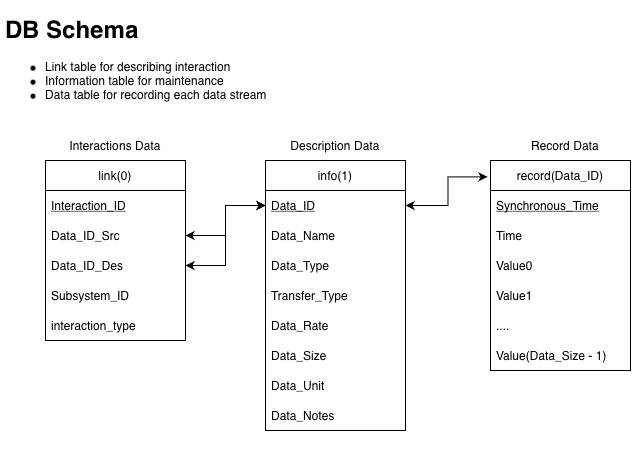
Before: img/DDS_SCHEMA.drawio.png, a diagram exported from draw.io (ChuanyuXue/NASA-RETHi-DRDS). Source tidied: cells renumbered, new cells last; positions are measured from the earlier drawing's top-left corner, leaving out a move shared by most shapes.
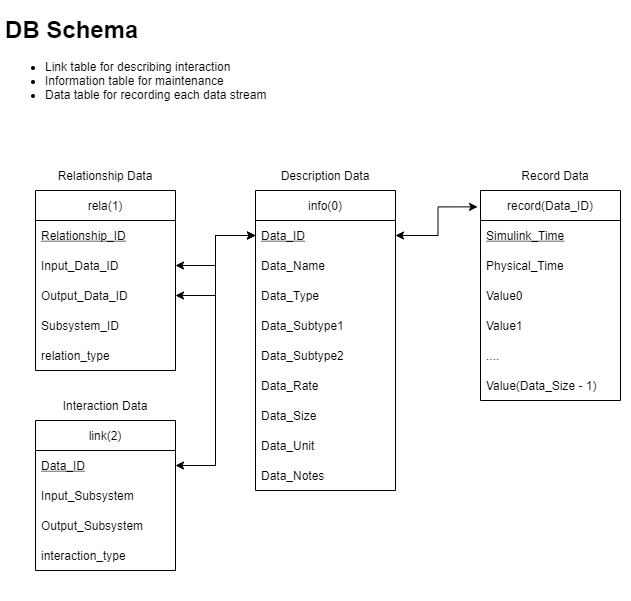
After the change.

Commit message:
change sql schema

Change to the diagram source:
```diff
@@ -3,31 +3,31 @@
     <mxCell id="0" />
     <mxCell id="1" parent="0" />
     <mxCell id="2" value="&lt;h1&gt;DB Schema&lt;/h1&gt;&lt;p&gt;&lt;/p&gt;&lt;ul&gt;&lt;li&gt;Link table for describing interaction&lt;/li&gt;&lt;li&gt;Information table for maintenance&amp;nbsp;&lt;/li&gt;&lt;li&gt;Data table for recording each data stream&lt;/li&gt;&lt;/ul&gt;&lt;p&gt;&lt;/p&gt;" style="text;html=1;strokeColor=none;fillColor=none;spacing=5;spacingTop=-20;whiteSpace=wrap;overflow=hidden;rounded=0;" parent="1" vertex="1">
-      <mxGeometry width="520" height="120" as="geometry" />
+      <mxGeometry x="10" y="-30" width="520" height="120" as="geometry" />
     </mxCell>
     <mxCell id="3" style="group;" parent="1" vertex="1">
-      <mxGeometry x="40" y="120" width="600" height="330" as="geometry" />
+      <mxGeometry x="40" y="120" width="600" height="440" as="geometry" />
     </mxCell>
-    <mxCell id="4" value="link(0)" style="swimlane;fontStyle=0;horizontal=1;startSize=30;" parent="3" vertex="1">
+    <mxCell id="4" value="rela(1)" style="swimlane;fontStyle=0;horizontal=1;startSize=30;" parent="3" vertex="1">
       <mxGeometry x="5" y="30" width="140" height="180" as="geometry" />
     </mxCell>
-    <mxCell id="5" value="Interaction_ID" style="text;strokeColor=none;fillColor=none;align=left;verticalAlign=middle;spacingLeft=4;spacingRight=4;overflow=hidden;fontStyle=4;" parent="4" vertex="1">
+    <mxCell id="5" value="Relationship_ID" style="text;strokeColor=none;fillColor=none;align=left;verticalAlign=middle;spacingLeft=4;spacingRight=4;overflow=hidden;fontStyle=4;" parent="4" vertex="1">
       <mxGeometry y="30" width="140" height="30" as="geometry" />
     </mxCell>
-    <mxCell id="6" value="Data_ID_Src" style="text;strokeColor=none;fillColor=none;align=left;verticalAlign=middle;spacingLeft=4;spacingRight=4;overflow=hidden;points=[[0,0.5],[1,0.5]];portConstraint=eastwest;" parent="4" vertex="1">
+    <mxCell id="6" value="Input_Data_ID" style="text;strokeColor=none;fillColor=none;align=left;verticalAlign=middle;spacingLeft=4;spacingRight=4;overflow=hidden;points=[[0,0.5],[1,0.5]];portConstraint=eastwest;" parent="4" vertex="1">
       <mxGeometry y="60" width="140" height="30" as="geometry" />
     </mxCell>
-    <mxCell id="7" value="Data_ID_Des" style="text;strokeColor=none;fillColor=none;align=left;verticalAlign=middle;spacingLeft=4;spacingRight=4;overflow=hidden;points=[[0,0.5],[1,0.5]];portConstraint=eastwest;" parent="4" vertex="1">
+    <mxCell id="7" value="Output_Data_ID" style="text;strokeColor=none;fillColor=none;align=left;verticalAlign=middle;spacingLeft=4;spacingRight=4;overflow=hidden;points=[[0,0.5],[1,0.5]];portConstraint=eastwest;" parent="4" vertex="1">
       <mxGeometry y="90" width="140" height="30" as="geometry" />
     </mxCell>
     <mxCell id="8" value="Subsystem_ID" style="text;strokeColor=none;fillColor=none;align=left;verticalAlign=middle;spacingLeft=4;spacingRight=4;overflow=hidden;" parent="4" vertex="1">
       <mxGeometry y="120" width="140" height="30" as="geometry" />
     </mxCell>
-    <mxCell id="9" value="interaction_type" style="text;strokeColor=none;fillColor=none;align=left;verticalAlign=middle;spacingLeft=4;spacingRight=4;overflow=hidden;" parent="4" vertex="1">
+    <mxCell id="9" value="relation_type" style="text;strokeColor=none;fillColor=none;align=left;verticalAlign=middle;spacingLeft=4;spacingRight=4;overflow=hidden;" parent="4" vertex="1">
       <mxGeometry y="150" width="140" height="30" as="geometry" />
     </mxCell>
-    <mxCell id="10" value="info(1)" style="swimlane;fontStyle=0;horizontal=1;startSize=30;" parent="3" vertex="1">
-      <mxGeometry x="225" y="30" width="140" height="270" as="geometry" />
+    <mxCell id="10" value="info(0)" style="swimlane;fontStyle=0;horizontal=1;startSize=30;" parent="3" vertex="1">
+      <mxGeometry x="225" y="30" width="140" height="300" as="geometry" />
     </mxCell>
     <mxCell id="11" value="Data_ID" style="text;strokeColor=none;fillColor=none;align=left;verticalAlign=middle;spacingLeft=4;spacingRight=4;overflow=hidden;points=[[0,0.5],[1,0.5]];portConstraint=eastwest;fontStyle=4;" parent="10" vertex="1">
       <mxGeometry y="30" width="140" height="30" as="geometry" />
@@ -38,28 +38,31 @@
     <mxCell id="13" value="Data_Type" style="text;strokeColor=none;fillColor=none;align=left;verticalAlign=middle;spacingLeft=4;spacingRight=4;overflow=hidden;" parent="10" vertex="1">
       <mxGeometry y="90" width="140" height="30" as="geometry" />
     </mxCell>
-    <mxCell id="14" value="Transfer_Type" style="text;strokeColor=none;fillColor=none;align=left;verticalAlign=middle;spacingLeft=4;spacingRight=4;overflow=hidden;" parent="10" vertex="1">
-      <mxGeometry y="120" width="140" height="30" as="geometry" />
-    </mxCell>
+    <mxCell id="32" value="Data_Subtype1" style="text;strokeColor=none;fillColor=none;align=left;verticalAlign=middle;spacingLeft=4;spacingRight=4;overflow=hidden;" parent="10" vertex="1">
+      <mxGeometry y="120" width="140" height="30" as="geometry" />
+    </mxCell>
+    <mxCell id="33" value="Data_Subtype2" style="text;strokeColor=none;fillColor=none;align=left;verticalAlign=middle;spacingLeft=4;spacingRight=4;overflow=hidden;" parent="10" vertex="1">
+      <mxGeometry y="150" width="140" height="30" as="geometry" />
+    </mxCell>
     <mxCell id="15" value="Data_Rate" style="text;strokeColor=none;fillColor=none;align=left;verticalAlign=middle;spacingLeft=4;spacingRight=4;overflow=hidden;" parent="10" vertex="1">
-      <mxGeometry y="150" width="140" height="30" as="geometry" />
+      <mxGeometry y="180" width="140" height="30" as="geometry" />
     </mxCell>
     <mxCell id="16" value="Data_Size" style="text;strokeColor=none;fillColor=none;align=left;verticalAlign=middle;spacingLeft=4;spacingRight=4;overflow=hidden;" parent="10" vertex="1">
-      <mxGeometry y="180" width="140" height="30" as="geometry" />
+      <mxGeometry y="210" width="140" height="30" as="geometry" />
     </mxCell>
     <mxCell id="17" value="Data_Unit" style="text;strokeColor=none;fillColor=none;align=left;verticalAlign=middle;spacingLeft=4;spacingRight=4;overflow=hidden;" parent="10" vertex="1">
-      <mxGeometry y="210" width="140" height="30" as="geometry" />
+      <mxGeometry y="240" width="140" height="30" as="geometry" />
     </mxCell>
     <mxCell id="18" value="Data_Notes" style="text;strokeColor=none;fillColor=none;align=left;verticalAlign=middle;spacingLeft=4;spacingRight=4;overflow=hidden;" parent="10" vertex="1">
-      <mxGeometry y="240" width="140" height="30" as="geometry" />
+      <mxGeometry y="270" width="140" height="30" as="geometry" />
     </mxCell>
     <mxCell id="19" value="record(Data_ID)" style="swimlane;fontStyle=0;horizontal=1;startSize=30;" parent="3" vertex="1">
       <mxGeometry x="450" y="30" width="140" height="210" as="geometry" />
     </mxCell>
-    <mxCell id="20" value="Synchronous_Time" style="text;strokeColor=none;fillColor=none;align=left;verticalAlign=middle;spacingLeft=4;spacingRight=4;overflow=hidden;fontStyle=4;" parent="19" vertex="1">
+    <mxCell id="20" value="Simulink_Time" style="text;strokeColor=none;fillColor=none;align=left;verticalAlign=middle;spacingLeft=4;spacingRight=4;overflow=hidden;fontStyle=4;" parent="19" vertex="1">
       <mxGeometry y="30" width="140" height="30" as="geometry" />
     </mxCell>
-    <mxCell id="21" value="Time" style="text;strokeColor=none;fillColor=none;align=left;verticalAlign=middle;spacingLeft=4;spacingRight=4;overflow=hidden;" parent="19" vertex="1">
+    <mxCell id="21" value="Physical_Time" style="text;strokeColor=none;fillColor=none;align=left;verticalAlign=middle;spacingLeft=4;spacingRight=4;overflow=hidden;" parent="19" vertex="1">
       <mxGeometry y="60" width="140" height="30" as="geometry" />
     </mxCell>
     <mxCell id="22" value="Value0" style="text;strokeColor=none;fillColor=none;align=left;verticalAlign=middle;spacingLeft=4;spacingRight=4;overflow=hidden;" parent="19" vertex="1">
@@ -83,7 +86,7 @@
     <mxCell id="28" style="edgeStyle=orthogonalEdgeStyle;rounded=0;jettySize=auto;html=1;entryX=0;entryY=0.5;entryDx=0;entryDy=0;startArrow=classic;startFill=1;" parent="3" edge="1" source="7" target="11">
       <mxGeometry relative="1" as="geometry" />
     </mxCell>
-    <mxCell id="29" value="Interactions Data" style="text;html=1;strokeColor=none;fillColor=none;align=center;verticalAlign=middle;whiteSpace=wrap;rounded=0;" parent="3" vertex="1">
+    <mxCell id="29" value="Relationship Data" style="text;html=1;strokeColor=none;fillColor=none;align=center;verticalAlign=middle;whiteSpace=wrap;rounded=0;" parent="3" vertex="1">
       <mxGeometry width="150" height="30" as="geometry" />
     </mxCell>
     <mxCell id="30" value="Description Data" style="text;html=1;strokeColor=none;fillColor=none;align=center;verticalAlign=middle;whiteSpace=wrap;rounded=0;" parent="3" vertex="1">
@@ -92,5 +95,26 @@
     <mxCell id="31" value="Record Data" style="text;html=1;strokeColor=none;fillColor=none;align=center;verticalAlign=middle;whiteSpace=wrap;rounded=0;" parent="3" vertex="1">
       <mxGeometry x="450" width="150" height="30" as="geometry" />
     </mxCell>
+    <mxCell id="34" value="link(2)" style="swimlane;fontStyle=0;horizontal=1;startSize=30;" parent="3" vertex="1">
+      <mxGeometry x="5" y="260" width="140" height="150" as="geometry" />
+    </mxCell>
+    <mxCell id="35" value="Data_ID" style="text;strokeColor=none;fillColor=none;align=left;verticalAlign=middle;spacingLeft=4;spacingRight=4;overflow=hidden;points=[[0,0.5],[1,0.5]];portConstraint=eastwest;fontStyle=4;" parent="34" vertex="1">
+      <mxGeometry y="30" width="140" height="30" as="geometry" />
+    </mxCell>
+    <mxCell id="36" value="Input_Subsystem" style="text;strokeColor=none;fillColor=none;align=left;verticalAlign=middle;spacingLeft=4;spacingRight=4;overflow=hidden;" parent="34" vertex="1">
+      <mxGeometry y="60" width="140" height="30" as="geometry" />
+    </mxCell>
+    <mxCell id="37" value="Output_Subsystem" style="text;strokeColor=none;fillColor=none;align=left;verticalAlign=middle;spacingLeft=4;spacingRight=4;overflow=hidden;" parent="34" vertex="1">
+      <mxGeometry y="90" width="140" height="30" as="geometry" />
+    </mxCell>
+    <mxCell id="38" value="interaction_type" style="text;strokeColor=none;fillColor=none;align=left;verticalAlign=middle;spacingLeft=4;spacingRight=4;overflow=hidden;" parent="34" vertex="1">
+      <mxGeometry y="120" width="140" height="30" as="geometry" />
+    </mxCell>
+    <mxCell id="39" value="Interaction Data" style="text;html=1;strokeColor=none;fillColor=none;align=center;verticalAlign=middle;whiteSpace=wrap;rounded=0;" parent="3" vertex="1">
+      <mxGeometry y="230" width="150" height="30" as="geometry" />
+    </mxCell>
+    <mxCell id="40" style="edgeStyle=orthogonalEdgeStyle;rounded=0;jettySize=auto;html=1;entryX=1;entryY=0.5;entryDx=0;entryDy=0;" parent="3" edge="1" source="11" target="35">
+      <mxGeometry relative="1" as="geometry" />
+    </mxCell>
   </root>
 </mxGraphModel>
```
